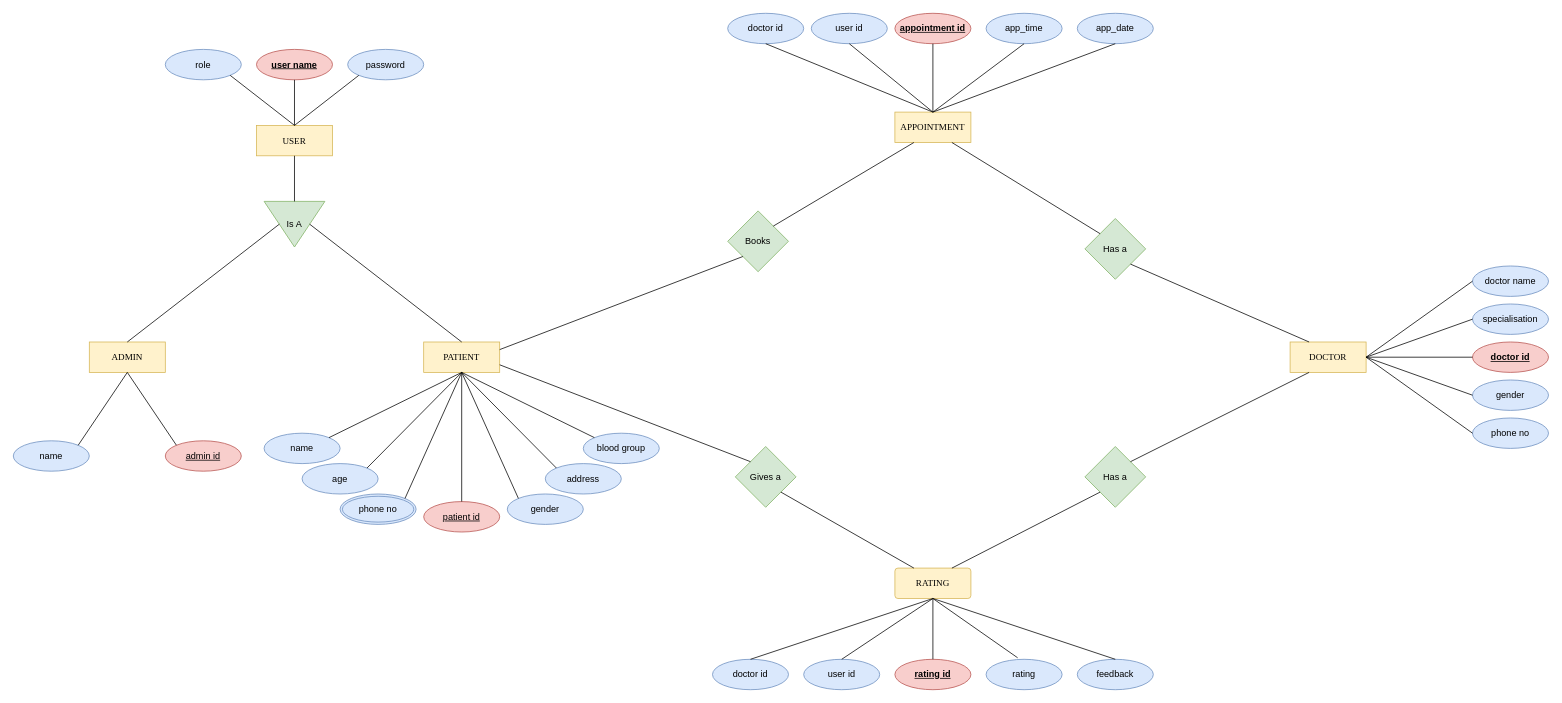
Earlier version of the draw.io diagram ER.drawio (Bhagya249547/capstone-team-09-DoctorsListingAndAppointmentApplication). Source tidied: cells renumbered, new cells numbered last; positions are measured from the earlier drawing's top-left corner, leaving out a move shared by most shapes. Both pictures are drawn from the tidied source at 76%, with x=0, y=0 at pixel (13, 13).
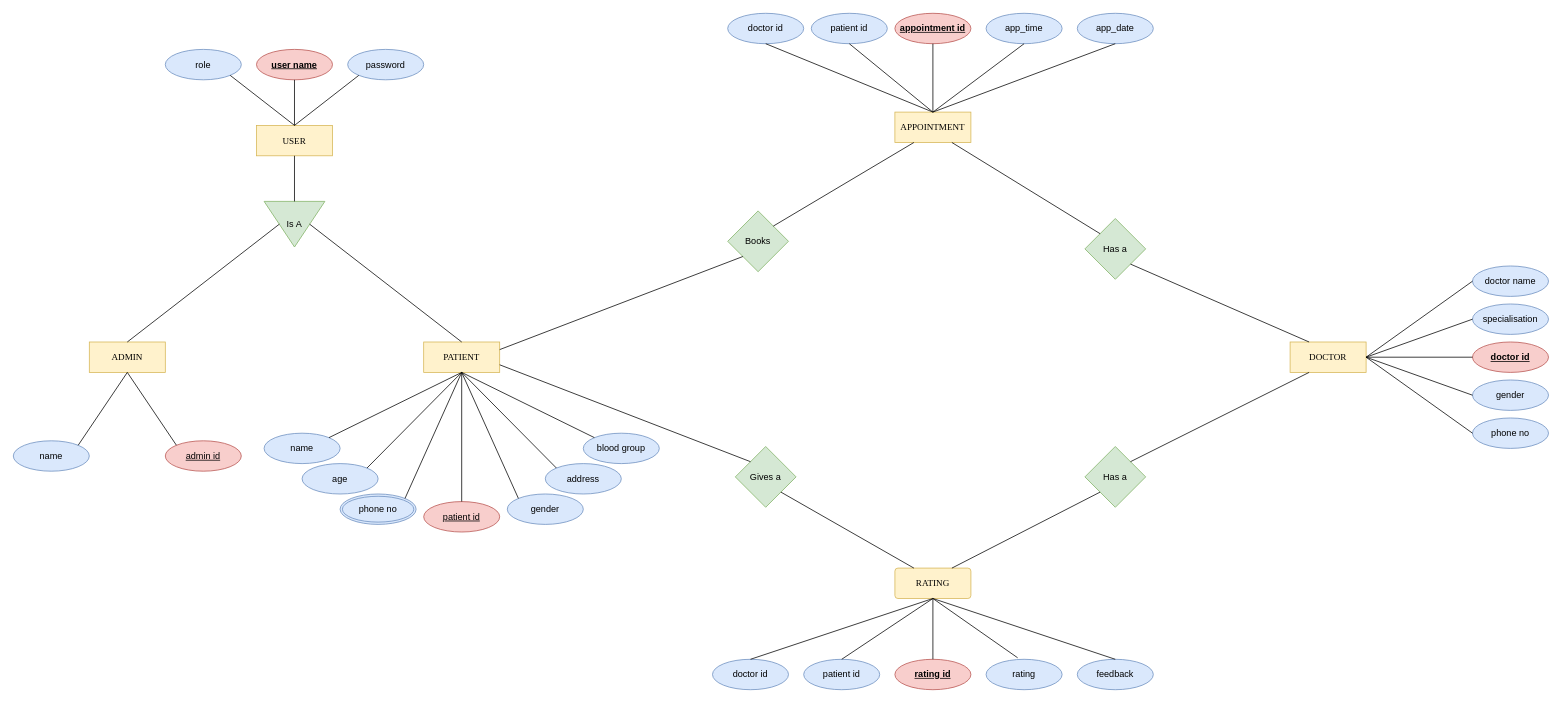
After the change.

Change to the diagram source:
```diff
@@
-    <mxCell id="16" value="user id" style="ellipse;whiteSpace=wrap;html=1;align=center;fillColor=#dae8fc;strokeColor=#6c8ebf;" parent="1" vertex="1">
+    <mxCell id="16" value="patient id" style="ellipse;whiteSpace=wrap;html=1;align=center;fillColor=#dae8fc;strokeColor=#6c8ebf;" parent="1" vertex="1">
       <mxGeometry x="1050" width="100" height="40" as="geometry" />
     </mxCell>
@@
-    <mxCell id="24" value="user id" style="ellipse;whiteSpace=wrap;html=1;align=center;fillColor=#dae8fc;strokeColor=#6c8ebf;" parent="1" vertex="1">
+    <mxCell id="24" value="patient id" style="ellipse;whiteSpace=wrap;html=1;align=center;fillColor=#dae8fc;strokeColor=#6c8ebf;" parent="1" vertex="1">
       <mxGeometry x="1040" y="850" width="100" height="40" as="geometry" />
     </mxCell>
```
